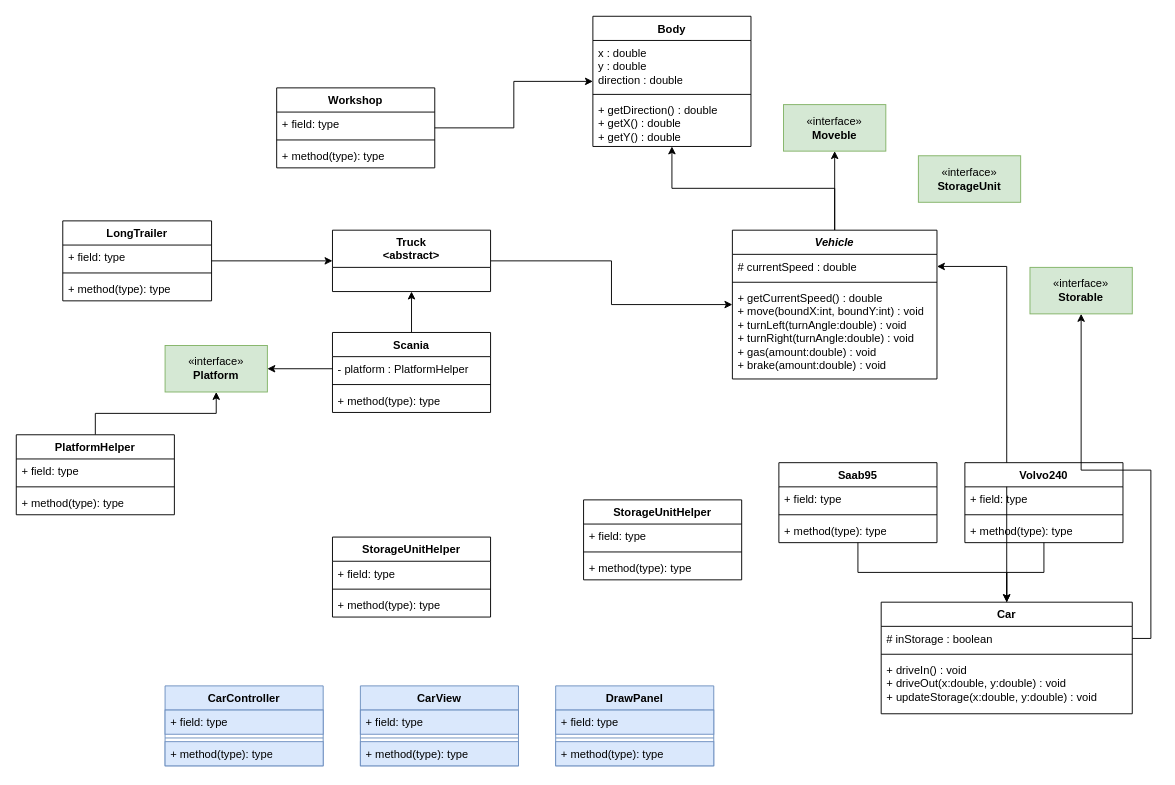
ErikFogelstrand/lab1-riktig keeps this draw.io diagram as Labb3pre.drawio. Above is the earlier version. Source tidied: cells renumbered, new cells numbered last; positions are measured from the earlier drawing's top-left corner, leaving out a move shared by most shapes. Both pictures are drawn from the tidied source at 93%, with x=0, y=0 at pixel (16, 16).
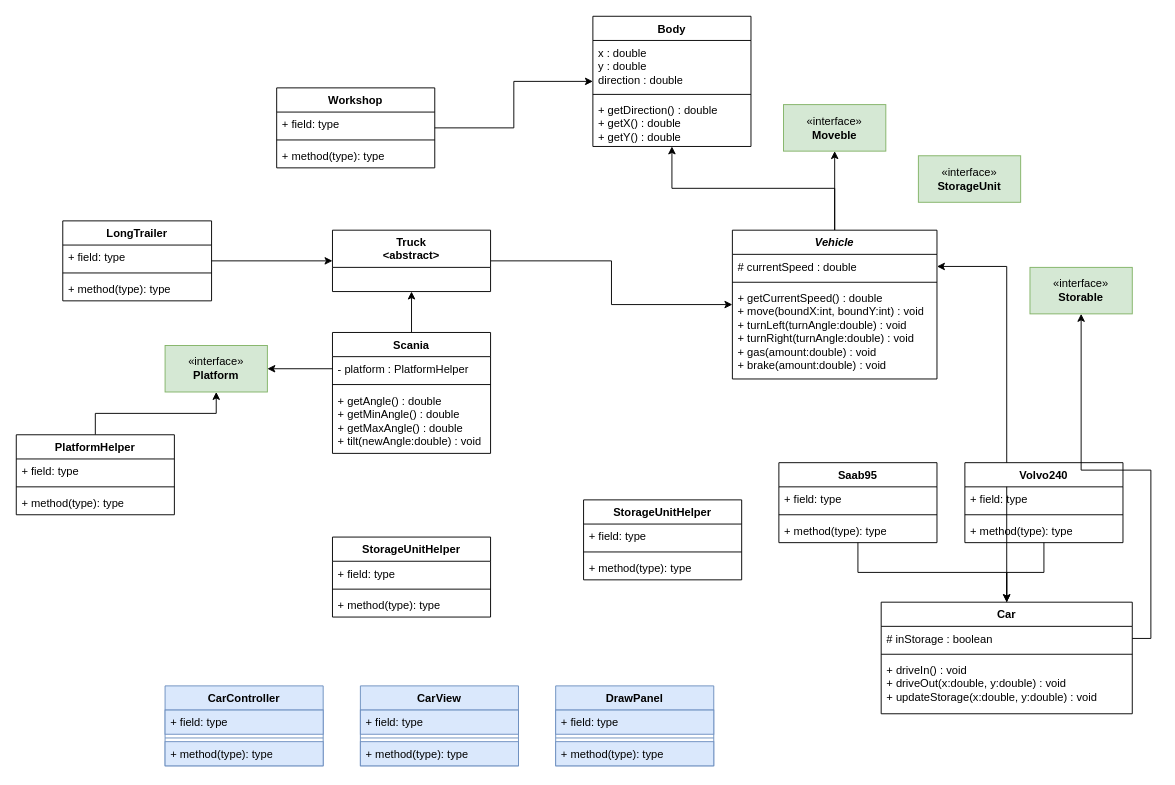
The same diagram, later.

Change to the diagram source:
```diff
@@
     <mxCell id="43" value="Scania" style="swimlane;fontStyle=1;align=center;verticalAlign=top;horizontal=1;startSize=26;whiteSpace=wrap;html=1;" parent="1" vertex="1">
-      <mxGeometry x="340" y="340" width="170" height="86" as="geometry" />
+      <mxGeometry x="340" y="340" width="170" height="130" as="geometry" />
     </mxCell>
@@
-    <mxCell id="46" value="+ method(type): type" style="text;strokeColor=none;fillColor=none;align=left;verticalAlign=top;spacingLeft=4;spacingRight=4;overflow=hidden;whiteSpace=wrap;html=1;" parent="43" vertex="1">
-      <mxGeometry y="60" width="170" height="26" as="geometry" />
+    <mxCell id="46" value="+ getAngle() : double&lt;br&gt;+ getMinAngle() : double&lt;br&gt;+ getMaxAngle() : double&lt;br&gt;+ tilt(newAngle:double) : void" style="text;strokeColor=none;fillColor=none;align=left;verticalAlign=top;spacingLeft=4;spacingRight=4;overflow=hidden;whiteSpace=wrap;html=1;" parent="43" vertex="1">
+      <mxGeometry y="60" width="170" height="70" as="geometry" />
     </mxCell>
```
